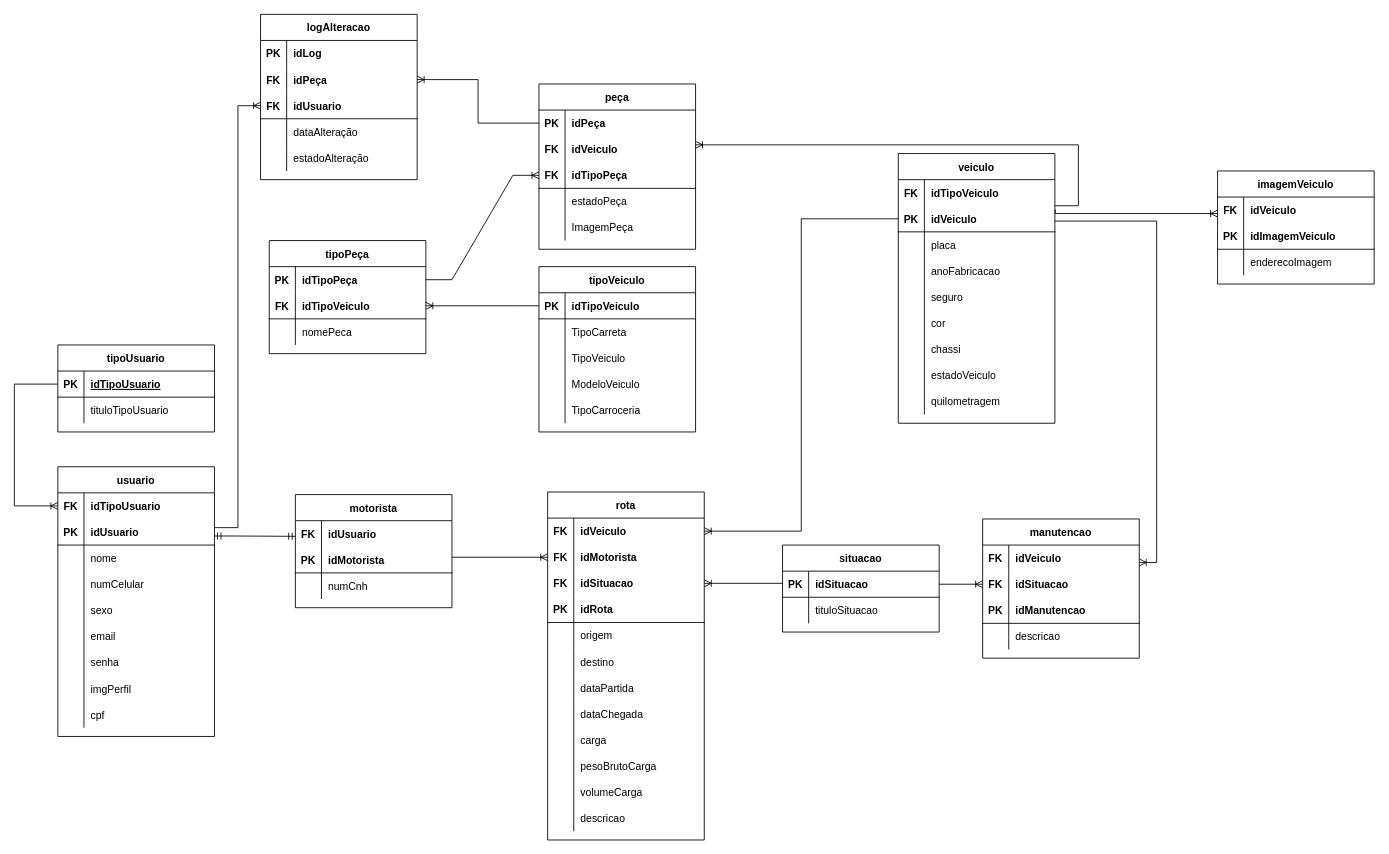
Above: page "modelo-logico" (1 of 2) of Banco de dados/Modelagens/Loggex.drawio in Loggex/Backend-Loggex (draw.io), before the change. Source tidied: cells renumbered, new cells numbered last; positions are measured from the earlier drawing's top-left corner, leaving out a move shared by most shapes. Both pictures are drawn from the tidied source at 87%, with x=0, y=0 at pixel (14, 14).
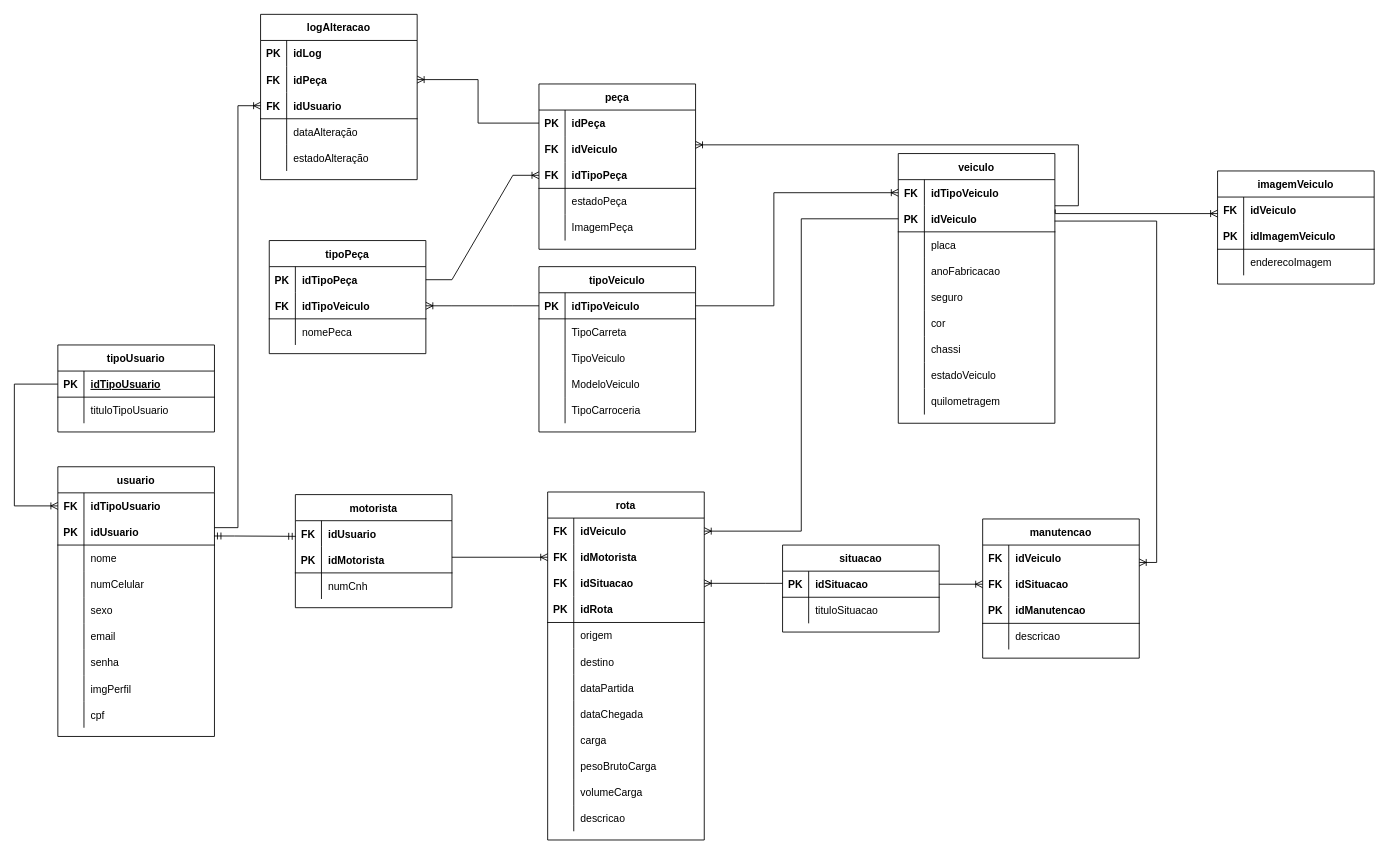
The same page after the edit.

Commit message (it also covers changes not shown here):
Script DDL Finalizado

The change refers to these unchanged cells:
```xml
<mxCell id="3" style="shape=tableRow;horizontal=0;startSize=0;swimlaneHead=0;swimlaneBody=0;fillColor=none;points=[[0,0.5],[1,0.5]];portConstraint=eastwest;top=0;left=0;right=0;bottom=0;" parent="2" vertex="1">
  <mxGeometry y="30" width="180" height="30" as="geometry" />
</mxCell>
<mxCell id="98" style="shape=tableRow;horizontal=0;startSize=0;swimlaneHead=0;swimlaneBody=0;fillColor=none;points=[[0,0.5],[1,0.5]];portConstraint=eastwest;top=0;left=0;right=0;bottom=1;" parent="97" vertex="1">
  <mxGeometry y="30" width="180" height="30" as="geometry" />
</mxCell>
```

What changed in the source:
```diff
@@
+    <mxCell id="213" style="edgeStyle=orthogonalEdgeStyle;fontSize=12;html=1;endArrow=ERoneToMany;rounded=0;jumpStyle=gap;jumpSize=12;" parent="1" edge="1" source="98" target="3">
+      <mxGeometry relative="1" as="geometry">
+        <Array as="points">
+          <mxPoint x="873" y="335" />
+          <mxPoint x="873" y="205" />
+        </Array>
+      </mxGeometry>
+    </mxCell>
```
